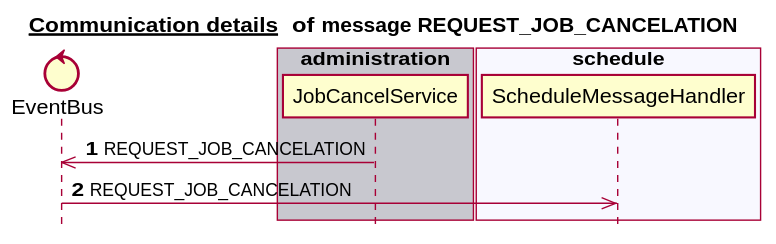
The PlantUML diagram docs/latest/images/gen_domain_messaging_request_job_cancelation.svg in mercedes-benz/sechub, before a commit.
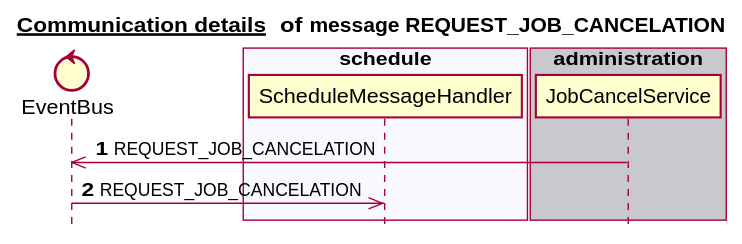
The same file after the commit.

The edit, as a diff of the source:
```diff
@@ -6,17 +6,17 @@
 
 
 control EventBus
-box "notification" #C8C8CF
-end box
-box "authorization" #F8F8FF
-end box
-box "administration" #C8C8CF
-   participant JobCancelService
+box "scan" #C8C8CF
 end box
 box "schedule" #F8F8FF
    participant ScheduleMessageHandler
 end box
-box "scan" #C8C8CF
+box "authorization" #C8C8CF
+end box
+box "notification" #F8F8FF
+end box
+box "administration" #C8C8CF
+   participant JobCancelService
 end box
 autonumber 1
 JobCancelService ->> EventBus:REQUEST_JOB_CANCELATION
```
